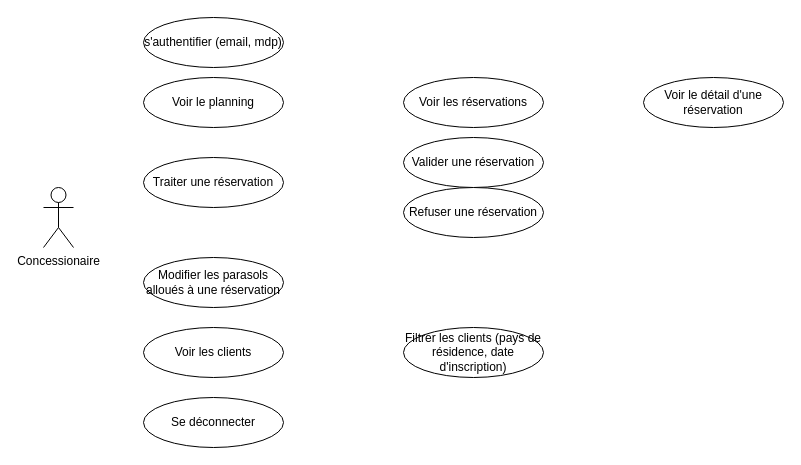
The draw.io diagram business_case_1.drawio in ewan-delanoy/uml_diagram, before the edit. Source tidied: cells renumbered, new cells numbered last; positions are measured from the earlier drawing's top-left corner, leaving out a move shared by most shapes. Both pictures are drawn from the tidied source at 100%, with x=0, y=0 at pixel (43, 17).
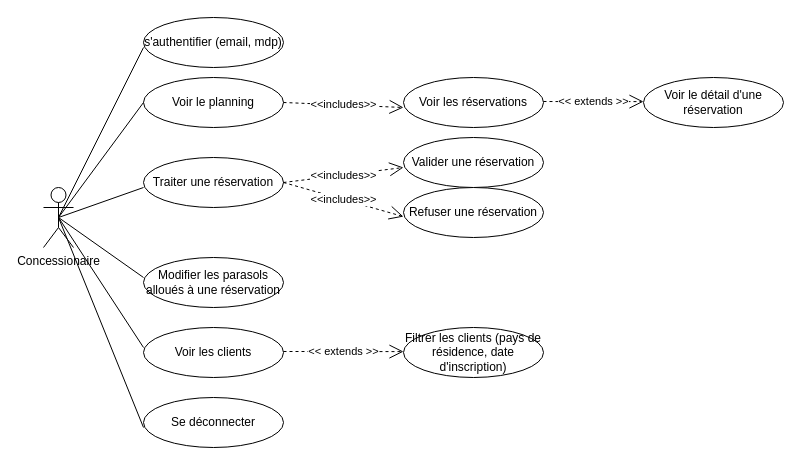
The same page after the edit.

Commit message (it also covers changes not shown here):
Mettre à jour business_case_1.drawio

Unchanged cells that the change refers to:
```xml
<mxCell id="3" value="Voir le planning" style="ellipse;whiteSpace=wrap;html=1;" parent="1" vertex="1">
  <mxGeometry x="100" y="60" width="140" height="50" as="geometry" />
</mxCell>
<mxCell id="8" value="Traiter une réservation" style="ellipse;whiteSpace=wrap;html=1;" parent="1" vertex="1">
  <mxGeometry x="100" y="140" width="140" height="50" as="geometry" />
</mxCell>
<mxCell id="13" value="&lt;div&gt;Concessionaire&lt;/div&gt;&lt;div&gt;&lt;br&gt;&lt;/div&gt;" style="shape=umlActor;verticalLabelPosition=bottom;verticalAlign=top;html=1;" parent="1" vertex="1">
  <mxGeometry y="170" width="30" height="60" as="geometry" />
</mxCell>
```

The edit, as a diff of the source:
```diff
@@
+    <mxCell id="14" value="&amp;lt;&amp;lt;includes&amp;gt;&amp;gt;" style="endArrow=open;endSize=12;dashed=1;html=1;rounded=0;exitX=1;exitY=0.5;exitDx=0;exitDy=0;" parent="1" edge="1" source="3">
+      <mxGeometry relative="1" as="geometry">
+        <mxPoint x="360" y="90" as="targetPoint" />
+      </mxGeometry>
+    </mxCell>
+    <mxCell id="15" value="&amp;lt;&amp;lt;includes&amp;gt;&amp;gt;" style="endArrow=open;endSize=12;dashed=1;html=1;rounded=0;exitX=1;exitY=0.5;exitDx=0;exitDy=0;" parent="1" edge="1" source="8">
+      <mxGeometry relative="1" as="geometry">
+        <mxPoint x="360" y="150" as="targetPoint" />
+      </mxGeometry>
+    </mxCell>
+    <mxCell id="16" value="&amp;lt;&amp;lt;includes&amp;gt;&amp;gt;" style="endArrow=open;endSize=12;dashed=1;html=1;rounded=0;exitX=1;exitY=0.5;exitDx=0;exitDy=0;" parent="1" edge="1" source="8">
+      <mxGeometry relative="1" as="geometry">
+        <mxPoint x="360" y="199.1" as="targetPoint" />
+      </mxGeometry>
+    </mxCell>
+    <mxCell id="17" value="&amp;lt;&amp;lt; extends &amp;gt;&amp;gt;" style="endArrow=open;endSize=12;dashed=1;html=1;rounded=0;" parent="1" edge="1">
+      <mxGeometry relative="1" as="geometry">
+        <mxPoint x="240" y="334" as="sourcePoint" />
+        <mxPoint x="360" y="334.1" as="targetPoint" />
+      </mxGeometry>
+    </mxCell>
+    <mxCell id="18" value="&amp;lt;&amp;lt; extends &amp;gt;&amp;gt;" style="endArrow=open;endSize=12;dashed=1;html=1;rounded=0;" parent="1" edge="1">
+      <mxGeometry relative="1" as="geometry">
+        <mxPoint x="500" y="84" as="sourcePoint" />
+        <mxPoint x="600" y="84.1" as="targetPoint" />
+        <Array as="points">
+          <mxPoint x="520" y="84.1" />
+        </Array>
+      </mxGeometry>
+    </mxCell>
+    <mxCell id="19" style="endArrow=none;html=1;rounded=0;exitX=0.5;exitY=0.5;exitDx=0;exitDy=0;exitPerimeter=0;" parent="1" edge="1" source="13">
+      <mxGeometry relative="1" as="geometry">
+        <mxPoint x="100" y="30" as="targetPoint" />
+      </mxGeometry>
+    </mxCell>
+    <mxCell id="20" style="endArrow=none;html=1;rounded=0;exitX=0.5;exitY=0.5;exitDx=0;exitDy=0;exitPerimeter=0;entryX=0;entryY=0.5;entryDx=0;entryDy=0;" parent="1" edge="1" source="13" target="3">
+      <mxGeometry relative="1" as="geometry" />
+    </mxCell>
+    <mxCell id="21" style="endArrow=none;html=1;rounded=0;exitX=0.5;exitY=0.5;exitDx=0;exitDy=0;exitPerimeter=0;" parent="1" edge="1" source="13">
+      <mxGeometry relative="1" as="geometry">
+        <mxPoint x="100" y="170" as="targetPoint" />
+      </mxGeometry>
+    </mxCell>
+    <mxCell id="22" style="endArrow=none;html=1;rounded=0;exitX=0.5;exitY=0.5;exitDx=0;exitDy=0;exitPerimeter=0;" parent="1" edge="1" source="13">
+      <mxGeometry relative="1" as="geometry">
+        <mxPoint x="100" y="260" as="targetPoint" />
+      </mxGeometry>
+    </mxCell>
+    <mxCell id="23" style="endArrow=none;html=1;rounded=0;exitX=0.5;exitY=0.5;exitDx=0;exitDy=0;exitPerimeter=0;" parent="1" edge="1" source="13">
+      <mxGeometry relative="1" as="geometry">
+        <mxPoint x="100" y="330" as="targetPoint" />
+      </mxGeometry>
+    </mxCell>
+    <mxCell id="24" style="endArrow=none;html=1;rounded=0;exitX=0.5;exitY=0.5;exitDx=0;exitDy=0;exitPerimeter=0;" parent="1" edge="1" source="13">
+      <mxGeometry relative="1" as="geometry">
+        <mxPoint x="100" y="410" as="targetPoint" />
+      </mxGeometry>
+    </mxCell>
```
